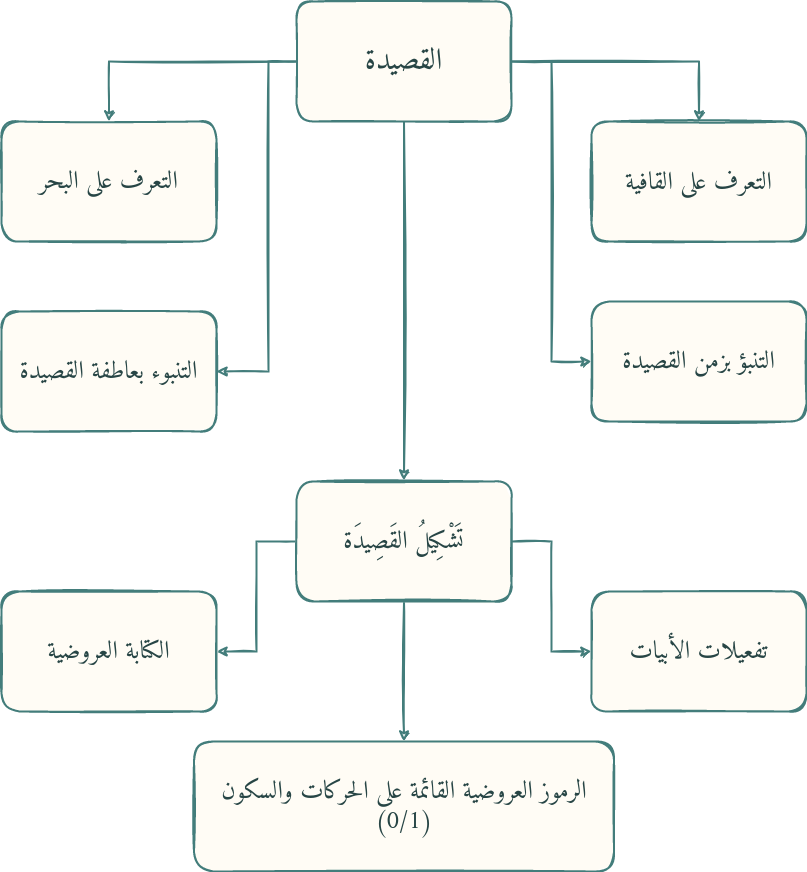
ARBML/qawafi keeps this draw.io diagram as media/pipeline.png. Above is the earlier version. Source tidied: cells renumbered, new cells last; positions are measured from the earlier drawing's top-left corner, leaving out a move shared by most shapes. The source it was exported from:
```xml
<mxGraphModel>
  <root>
    <mxCell id="0" />
    <mxCell id="1" parent="0" />
    <mxCell id="2" style="edgeStyle=orthogonalEdgeStyle;rounded=0;jettySize=auto;html=1;fontFamily=amiri;fontSource=https%3A%2F%2Ffonts.googleapis.com%2Fcss%3Ffamily%3Damiri;fontSize=25;sketch=1;strokeColor=#437D7B;strokeWidth=2;" parent="1" edge="1" source="7" target="11">
      <mxGeometry relative="1" as="geometry" />
    </mxCell>
    <mxCell id="3" style="edgeStyle=orthogonalEdgeStyle;rounded=0;jettySize=auto;html=1;entryX=0.5;entryY=0;entryDx=0;entryDy=0;fontFamily=amiri;fontSource=https%3A%2F%2Ffonts.googleapis.com%2Fcss%3Ffamily%3Damiri;fontSize=25;sketch=1;strokeColor=#437D7B;strokeWidth=2;" parent="1" edge="1" source="7" target="12">
      <mxGeometry relative="1" as="geometry" />
    </mxCell>
    <mxCell id="4" style="edgeStyle=orthogonalEdgeStyle;rounded=0;jettySize=auto;html=1;entryX=0.5;entryY=0;entryDx=0;entryDy=0;fontFamily=amiri;fontSource=https%3A%2F%2Ffonts.googleapis.com%2Fcss%3Ffamily%3Damiri;fontSize=25;sketch=1;fillColor=#d5e8d4;strokeColor=#437D7B;strokeWidth=2;" parent="1" edge="1" source="7" target="13">
      <mxGeometry relative="1" as="geometry" />
    </mxCell>
    <mxCell id="5" style="edgeStyle=orthogonalEdgeStyle;rounded=0;jettySize=auto;html=1;fontFamily=amiri;fontSource=https%3A%2F%2Ffonts.googleapis.com%2Fcss%3Ffamily%3Damiri;fontSize=25;sketch=1;strokeColor=#437D7B;strokeWidth=2;" parent="1" edge="1" source="7" target="17">
      <mxGeometry relative="1" as="geometry">
        <Array as="points">
          <mxPoint x="267" y="60" />
          <mxPoint x="267" y="370" />
        </Array>
      </mxGeometry>
    </mxCell>
    <mxCell id="6" style="edgeStyle=orthogonalEdgeStyle;rounded=0;jettySize=auto;html=1;entryX=0;entryY=0.5;entryDx=0;entryDy=0;fontFamily=amiri;fontSource=https%3A%2F%2Ffonts.googleapis.com%2Fcss%3Ffamily%3Damiri;fontSize=25;sketch=1;strokeColor=#437D7B;strokeWidth=2;" parent="1" edge="1" source="7" target="16">
      <mxGeometry relative="1" as="geometry" />
    </mxCell>
    <mxCell id="7" value="&lt;font color=&quot;#274545&quot; style=&quot;font-size: 30px;&quot; face=&quot;Amiri&quot;&gt;القصيدة&lt;/font&gt;" style="rounded=1;whiteSpace=wrap;html=1;sketch=1;strokeWidth=2;strokeColor=#437D7B;fillColor=#FFFCF5;gradientColor=none;fillStyle=solid;" parent="1" vertex="1">
      <mxGeometry x="295" width="215" height="120" as="geometry" />
    </mxCell>
    <mxCell id="8" style="edgeStyle=orthogonalEdgeStyle;rounded=0;jettySize=auto;html=1;fontFamily=amiri;fontSource=https%3A%2F%2Ffonts.googleapis.com%2Fcss%3Ffamily%3Damiri;fontSize=25;sketch=1;strokeColor=#437D7B;strokeWidth=2;" parent="1" edge="1" source="11" target="14">
      <mxGeometry relative="1" as="geometry" />
    </mxCell>
    <mxCell id="9" style="edgeStyle=orthogonalEdgeStyle;rounded=0;jettySize=auto;html=1;fontFamily=amiri;fontSource=https%3A%2F%2Ffonts.googleapis.com%2Fcss%3Ffamily%3Damiri;fontSize=25;sketch=1;strokeColor=#437D7B;strokeWidth=2;" parent="1" edge="1" source="11" target="15">
      <mxGeometry relative="1" as="geometry" />
    </mxCell>
    <mxCell id="10" style="edgeStyle=orthogonalEdgeStyle;rounded=0;jettySize=auto;html=1;fontFamily=Verdana;fontSize=25;sketch=1;strokeColor=#437D7B;strokeWidth=2;" parent="1" edge="1" source="11" target="18">
      <mxGeometry relative="1" as="geometry" />
    </mxCell>
    <mxCell id="11" value="&lt;font color=&quot;#274545&quot; face=&quot;Amiri&quot;&gt;&lt;span style=&quot;font-size: 25px;&quot;&gt;تَشْكِيلُ القَصِيدَة&lt;/span&gt;&lt;/font&gt;" style="rounded=1;whiteSpace=wrap;html=1;strokeWidth=2;perimeterSpacing=1;shadow=0;glass=0;sketch=1;strokeColor=#437D7B;fillColor=#FFFCF5;gradientColor=none;fillStyle=solid;" parent="1" vertex="1">
      <mxGeometry x="295" y="480" width="215" height="120" as="geometry" />
    </mxCell>
    <mxCell id="12" value="&lt;font color=&quot;#274545&quot; face=&quot;amiri&quot;&gt;&lt;span style=&quot;font-size: 25px;&quot;&gt;التعرف على البحر&lt;/span&gt;&lt;/font&gt;" style="rounded=1;whiteSpace=wrap;html=1;sketch=1;strokeWidth=2;strokeColor=#437D7B;fillColor=#FFFCF5;gradientColor=none;fillStyle=solid;" parent="1" vertex="1">
      <mxGeometry y="120" width="215" height="120" as="geometry" />
    </mxCell>
    <mxCell id="13" value="&lt;span style=&quot;font-size: 25px;&quot;&gt;&lt;font color=&quot;#274545&quot; face=&quot;amiri&quot;&gt;التعرف على القافية&lt;/font&gt;&lt;/span&gt;" style="rounded=1;whiteSpace=wrap;html=1;sketch=1;strokeWidth=2;strokeColor=#437D7B;fillColor=#FFFCF5;gradientColor=none;fillStyle=solid;" parent="1" vertex="1">
      <mxGeometry x="590" y="120" width="215" height="120" as="geometry" />
    </mxCell>
    <mxCell id="14" value="&lt;font color=&quot;#274545&quot; face=&quot;Amiri&quot;&gt;&lt;span style=&quot;font-size: 25px;&quot;&gt;الكتابة العروضية&lt;/span&gt;&lt;/font&gt;" style="rounded=1;whiteSpace=wrap;html=1;sketch=1;strokeWidth=2;strokeColor=#437D7B;fillColor=#FFFCF5;gradientColor=none;fillStyle=solid;" parent="1" vertex="1">
      <mxGeometry y="590" width="215" height="120" as="geometry" />
    </mxCell>
    <mxCell id="15" value="&lt;font color=&quot;#274545&quot; face=&quot;Amiri&quot;&gt;&lt;span style=&quot;font-size: 25px;&quot;&gt;تفعيلات الأبيات&lt;/span&gt;&lt;/font&gt;" style="rounded=1;whiteSpace=wrap;html=1;sketch=1;strokeWidth=2;strokeColor=#437D7B;fillColor=#FFFCF5;gradientColor=none;fillStyle=solid;" parent="1" vertex="1">
      <mxGeometry x="590" y="590" width="215" height="120" as="geometry" />
    </mxCell>
    <mxCell id="16" value="&lt;font color=&quot;#274545&quot; face=&quot;Amiri&quot;&gt;&lt;span style=&quot;font-size: 25px;&quot;&gt;التنبؤ بزمن القصيدة&lt;/span&gt;&lt;/font&gt;" style="rounded=1;whiteSpace=wrap;html=1;sketch=1;strokeWidth=2;strokeColor=#437D7B;fillColor=#FFFCF5;gradientColor=none;fillStyle=solid;" parent="1" vertex="1">
      <mxGeometry x="590" y="300" width="215" height="120" as="geometry" />
    </mxCell>
    <mxCell id="17" value="&lt;font color=&quot;#274545&quot; face=&quot;Amiri&quot;&gt;&lt;span style=&quot;font-size: 25px;&quot;&gt;التنبوء بعاطفة القصيدة&lt;/span&gt;&lt;/font&gt;" style="rounded=1;whiteSpace=wrap;html=1;sketch=1;strokeWidth=2;strokeColor=#437D7B;fillColor=#FFFCF5;gradientColor=none;fillStyle=solid;" parent="1" vertex="1">
      <mxGeometry y="310" width="215" height="120" as="geometry" />
    </mxCell>
    <mxCell id="18" value="&lt;font face=&quot;Amiri&quot;&gt;&lt;span style=&quot;font-size: 25px;&quot;&gt;&lt;font color=&quot;#274545&quot;&gt;الرموز العروضية القائمة على الحركات والسكون&lt;br&gt;(0/1)&lt;/font&gt;&lt;br&gt;&lt;/span&gt;&lt;/font&gt;" style="rounded=1;whiteSpace=wrap;html=1;sketch=1;strokeWidth=2;strokeColor=#437D7B;fillColor=#FFFCF5;gradientColor=none;fillStyle=solid;" parent="1" vertex="1">
      <mxGeometry x="192.5" y="740" width="420" height="130" as="geometry" />
    </mxCell>
  </root>
</mxGraphModel>
```
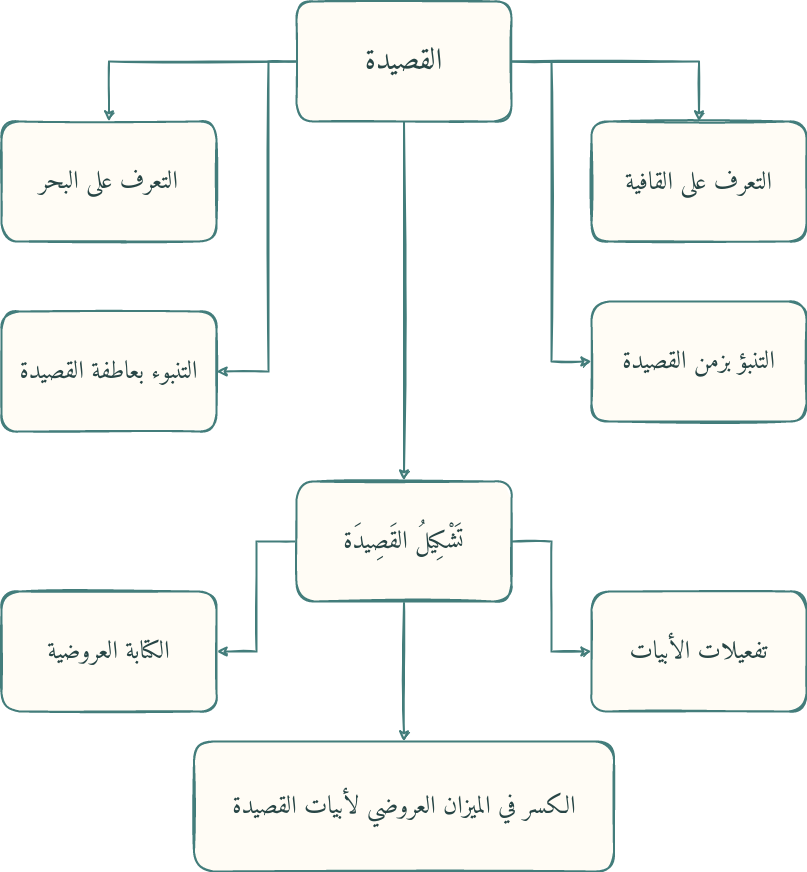
The same file after the commit.

Diff of the diagram source:
```diff
@@ -55,7 +55,7 @@
     <mxCell id="17" value="&lt;font color=&quot;#274545&quot; face=&quot;Amiri&quot;&gt;&lt;span style=&quot;font-size: 25px;&quot;&gt;التنبوء بعاطفة القصيدة&lt;/span&gt;&lt;/font&gt;" style="rounded=1;whiteSpace=wrap;html=1;sketch=1;strokeWidth=2;strokeColor=#437D7B;fillColor=#FFFCF5;gradientColor=none;fillStyle=solid;" parent="1" vertex="1">
       <mxGeometry y="310" width="215" height="120" as="geometry" />
     </mxCell>
-    <mxCell id="18" value="&lt;font face=&quot;Amiri&quot;&gt;&lt;span style=&quot;font-size: 25px;&quot;&gt;&lt;font color=&quot;#274545&quot;&gt;الرموز العروضية القائمة على الحركات والسكون&lt;br&gt;(0/1)&lt;/font&gt;&lt;br&gt;&lt;/span&gt;&lt;/font&gt;" style="rounded=1;whiteSpace=wrap;html=1;sketch=1;strokeWidth=2;strokeColor=#437D7B;fillColor=#FFFCF5;gradientColor=none;fillStyle=solid;" parent="1" vertex="1">
+    <mxCell id="18" value="&lt;font face=&quot;Amiri&quot;&gt;&lt;span style=&quot;font-size: 25px;&quot;&gt;&lt;font color=&quot;#274545&quot;&gt;الكسر في الميزان العروضي لأبيات القصيدة&lt;/font&gt;&lt;br&gt;&lt;/span&gt;&lt;/font&gt;" style="rounded=1;whiteSpace=wrap;html=1;sketch=1;strokeWidth=2;strokeColor=#437D7B;fillColor=#FFFCF5;gradientColor=none;fillStyle=solid;" parent="1" vertex="1">
       <mxGeometry x="192.5" y="740" width="420" height="130" as="geometry" />
     </mxCell>
   </root>
```
